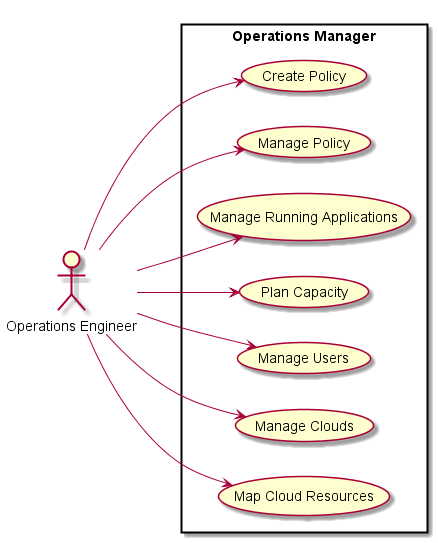
Before: design/Actors/OperationsManager/UseCases.png, a diagram exported from PlantUML (CAADE/CloudLet). Its diagram source:
```plantuml
@startuml
left to right direction

:Operations Engineer: as Ops

rectangle "Operations Manager" {
Ops --> (Create Policy)
Ops --> (Manage Policy)
Ops --> (Manage Running Applications)
Ops --> (Plan Capacity)
Ops --> (Manage Users)
Ops --> (Manage Clouds)
Ops --> (Map Cloud Resources)
}
@enduml
```
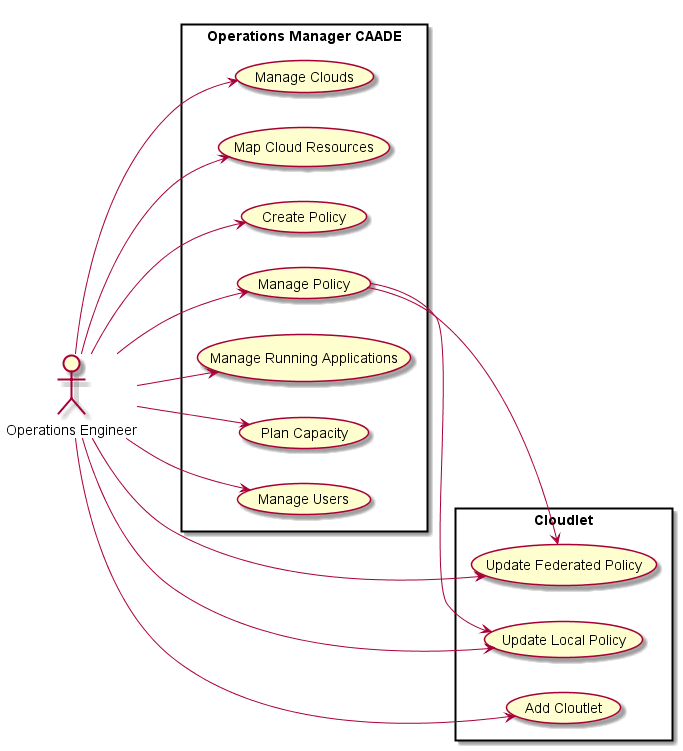
Above is the later version.

The edit, as a diff of the source:
```diff
@@ -3,7 +3,7 @@
 
 :Operations Engineer: as Ops
 
-rectangle "Operations Manager" {
+rectangle "Operations Manager CAADE" {
 Ops --> (Create Policy)
 Ops --> (Manage Policy)
 Ops --> (Manage Running Applications)
@@ -12,4 +12,13 @@
 Ops --> (Manage Clouds)
 Ops --> (Map Cloud Resources)
 }
+
+rectangle "Cloudlet" {
+Ops --> (Add Cloutlet)
+Ops --> (Update Local Policy)
+Ops --> (Update Federated Policy)
+(Manage Policy) --> (Update Local Policy)
+(Manage Policy) --> (Update Federated Policy)
+
+}
 @enduml
```
